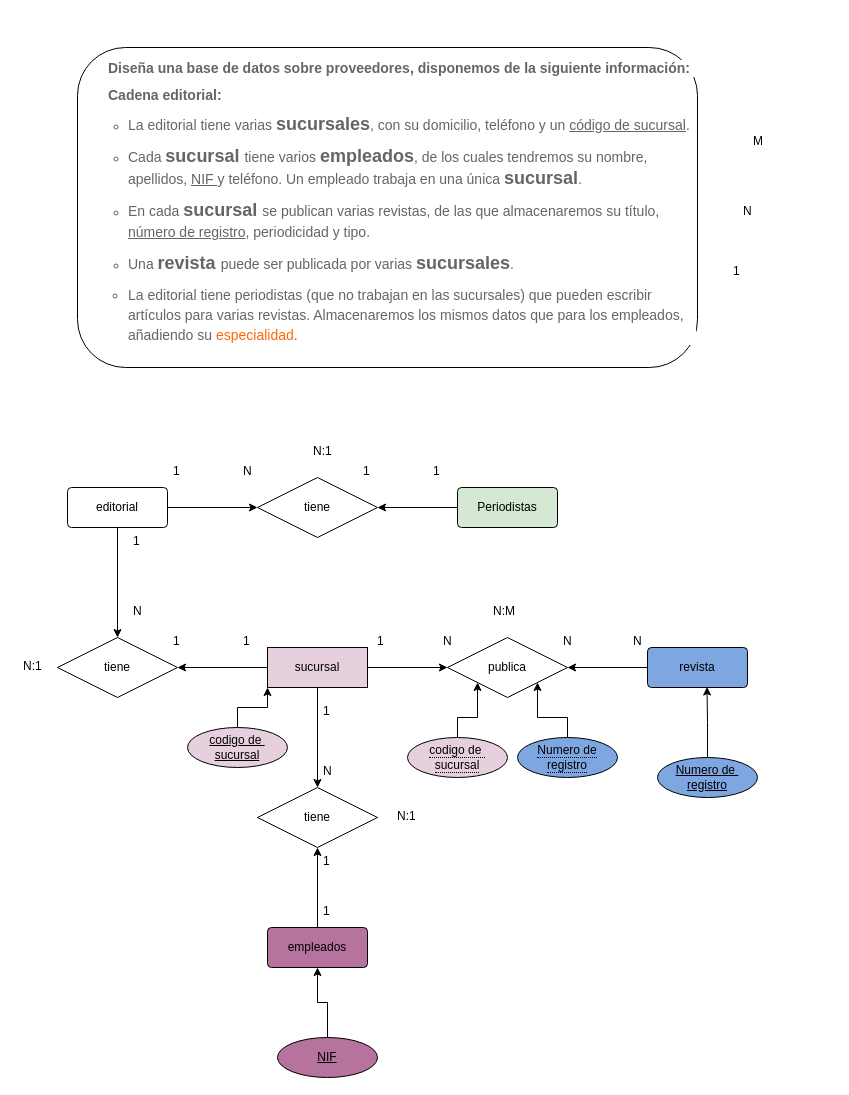
Before: Untitled Diagram.drawio in klirh/primerRepositorio, a draw.io diagram. Source tidied: cells renumbered, new cells numbered last; positions are measured from the earlier drawing's top-left corner, leaving out a move shared by most shapes. Both pictures are drawn from the tidied source at 100%, with x=0, y=0 at pixel (17, 47).
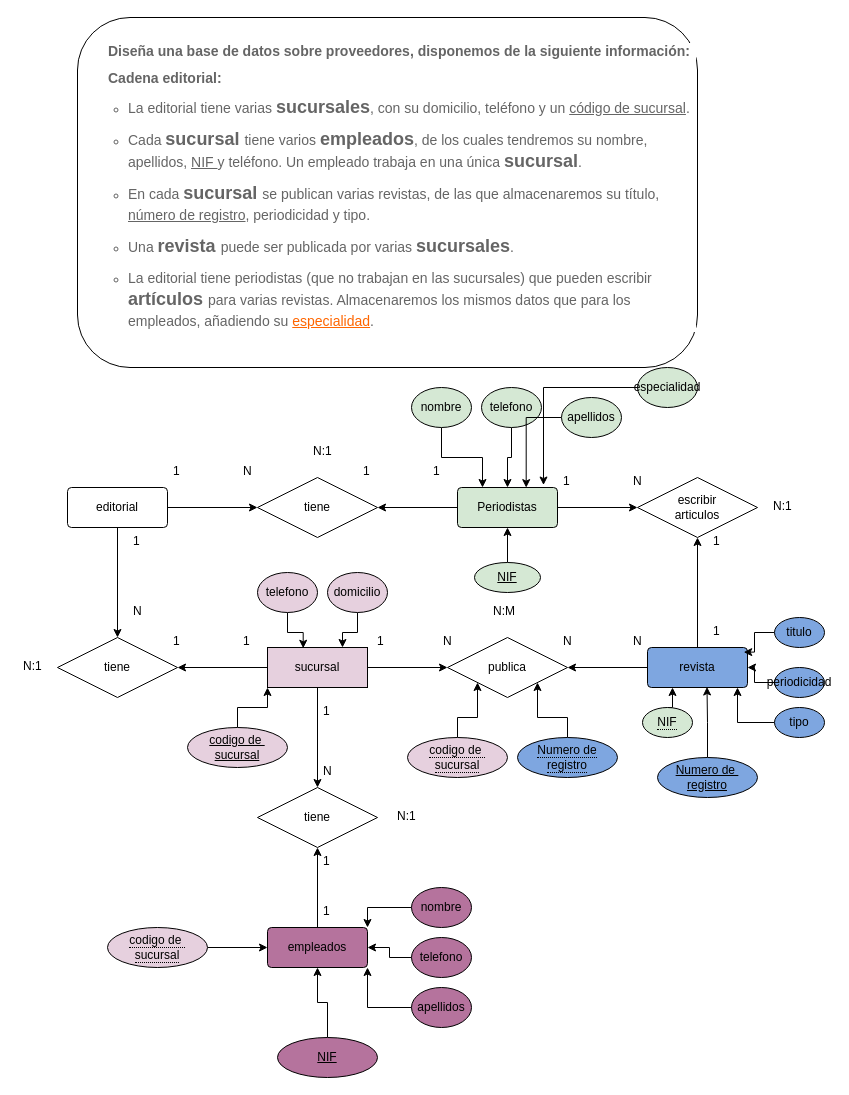
The same page after the edit.

Unchanged cells that the change refers to:
```xml
<mxCell id="6" value="sucursal" style="whiteSpace=wrap;html=1;align=center;fillColor=#E6D0DE;" parent="1" vertex="1">
  <mxGeometry x="250" y="600" width="100" height="40" as="geometry" />
</mxCell>
<mxCell id="8" value="revista" style="rounded=1;arcSize=10;whiteSpace=wrap;html=1;align=center;fillColor=#7EA6E0;" parent="1" vertex="1">
  <mxGeometry x="630" y="600" width="100" height="40" as="geometry" />
</mxCell>
<mxCell id="10" value="empleados" style="rounded=1;arcSize=10;whiteSpace=wrap;html=1;align=center;fillColor=#B5739D;" parent="1" vertex="1">
  <mxGeometry x="250" y="880" width="100" height="40" as="geometry" />
</mxCell>
<mxCell id="35" value="Periodistas" style="rounded=1;arcSize=10;whiteSpace=wrap;html=1;align=center;fillColor=#D5E8D4;" parent="1" vertex="1">
  <mxGeometry x="440" y="440" width="100" height="40" as="geometry" />
</mxCell>
```

What changed in the source:
```diff
@@
-    <mxCell id="2" value="&lt;p style=&quot;margin: 0px 0px 10px 30px; color: rgb(101, 101, 101); font-family: &amp;quot;Source Sans 3&amp;quot;, sans-serif; text-align: left; background-color: rgb(255, 255, 255); font-size: 14px;&quot; dir=&quot;ltr&quot;&gt;&lt;strong&gt;Diseña una base de datos sobre proveedores, disponemos de la siguiente información:&lt;/strong&gt;&lt;/p&gt;&lt;p style=&quot;margin: 0px 0px 10px 30px; color: rgb(101, 101, 101); font-family: &amp;quot;Source Sans 3&amp;quot;, sans-serif; text-align: left; background-color: rgb(255, 255, 255); font-size: 14px;&quot; dir=&quot;ltr&quot;&gt;&lt;/p&gt;&lt;p style=&quot;margin: 0px 0px 10px 30px; color: rgb(101, 101, 101); font-family: &amp;quot;Source Sans 3&amp;quot;, sans-serif; text-align: left; background-color: rgb(255, 255, 255); font-size: 14px;&quot; dir=&quot;ltr&quot;&gt;&lt;strong&gt;Cadena editorial:&lt;/strong&gt;&lt;/p&gt;&lt;ul style=&quot;padding: 0px; margin: 0px 0px 10px 25px; color: rgb(101, 101, 101); font-family: &amp;quot;Source Sans 3&amp;quot;, sans-serif; text-align: left; background-color: rgb(255, 255, 255);&quot; id=&quot;yui_3_17_2_1_1695168816416_113&quot;&gt;&lt;li style=&quot;line-height: 20px; list-style-type: none;&quot; id=&quot;yui_3_17_2_1_1695168816416_112&quot;&gt;&lt;ul style=&quot;padding: 0px; margin: 0px 0px 0px 25px;&quot; id=&quot;yui_3_17_2_1_1695168816416_111&quot;&gt;&lt;li style=&quot;line-height: 20px;&quot; aria-level=&quot;1&quot; dir=&quot;ltr&quot;&gt;&lt;p style=&quot;margin: 0px 0px 10px;&quot; role=&quot;presentation&quot; dir=&quot;ltr&quot;&gt;&lt;span style=&quot;font-size: 14px;&quot;&gt;La editorial tiene varias &lt;/span&gt;&lt;b style=&quot;&quot;&gt;&lt;font style=&quot;font-size: 18px;&quot;&gt;sucursales&lt;/font&gt;&lt;/b&gt;&lt;span style=&quot;font-size: 14px;&quot;&gt;, con su domicilio, teléfono y un &lt;u&gt;código de sucursal&lt;/u&gt;.&lt;/span&gt;&lt;/p&gt;&lt;/li&gt;&lt;li style=&quot;line-height: 20px;&quot; aria-level=&quot;1&quot; dir=&quot;ltr&quot;&gt;&lt;p style=&quot;margin: 0px 0px 10px;&quot; role=&quot;presentation&quot; dir=&quot;ltr&quot;&gt;&lt;span style=&quot;font-size: 14px;&quot;&gt;Cada &lt;/span&gt;&lt;font style=&quot;font-size: 18px;&quot;&gt;&lt;b&gt;sucursal&lt;/b&gt; &lt;/font&gt;&lt;span style=&quot;font-size: 14px;&quot;&gt;tiene varios &lt;/span&gt;&lt;b style=&quot;&quot;&gt;&lt;font style=&quot;font-size: 18px;&quot;&gt;empleados&lt;/font&gt;&lt;/b&gt;&lt;span style=&quot;font-size: 14px;&quot;&gt;, de los cuales tendremos su nombre, apellidos, &lt;u&gt;NIF &lt;/u&gt;y teléfono. Un empleado trabaja en una única &lt;/span&gt;&lt;font style=&quot;font-size: 18px;&quot;&gt;&lt;b&gt;sucursal&lt;/b&gt;&lt;/font&gt;&lt;span style=&quot;font-size: 14px;&quot;&gt;.&lt;/span&gt;&lt;/p&gt;&lt;/li&gt;&lt;li style=&quot;line-height: 20px;&quot; aria-level=&quot;1&quot; dir=&quot;ltr&quot;&gt;&lt;p style=&quot;margin: 0px 0px 10px;&quot; role=&quot;presentation&quot; dir=&quot;ltr&quot;&gt;&lt;span style=&quot;font-size: 14px;&quot;&gt;En cada &lt;/span&gt;&lt;font style=&quot;font-size: 18px;&quot;&gt;&lt;b&gt;sucursal &lt;/b&gt;&lt;/font&gt;&lt;span style=&quot;font-size: 14px;&quot;&gt;se publican varias revistas, de las que almacenaremos su título, &lt;u&gt;número de registro&lt;/u&gt;, periodicidad y tipo.&lt;/span&gt;&lt;/p&gt;&lt;/li&gt;&lt;li style=&quot;line-height: 20px;&quot; aria-level=&quot;1&quot; dir=&quot;ltr&quot;&gt;&lt;p style=&quot;margin: 0px 0px 10px;&quot; role=&quot;presentation&quot; dir=&quot;ltr&quot;&gt;&lt;span style=&quot;font-size: 14px;&quot;&gt;Una &lt;/span&gt;&lt;b style=&quot;&quot;&gt;&lt;font style=&quot;font-size: 18px;&quot;&gt;revista &lt;/font&gt;&lt;/b&gt;&lt;span style=&quot;font-size: 14px;&quot;&gt;puede ser publicada por varias &lt;/span&gt;&lt;font style=&quot;font-size: 18px;&quot;&gt;&lt;b&gt;sucursales&lt;/b&gt;&lt;/font&gt;&lt;span style=&quot;font-size: 14px;&quot;&gt;.&lt;/span&gt;&lt;/p&gt;&lt;/li&gt;&lt;li style=&quot;font-size: 14px; line-height: 20px;&quot; id=&quot;yui_3_17_2_1_1695168816416_123&quot; aria-level=&quot;1&quot; dir=&quot;ltr&quot;&gt;&lt;p style=&quot;margin: 0px 0px 10px;&quot; id=&quot;yui_3_17_2_1_1695168816416_122&quot; role=&quot;presentation&quot; dir=&quot;ltr&quot;&gt;La editorial tiene periodistas (que no trabajan en las sucursales) que pueden escribir artículos para varias revistas. Almacenaremos los mismos datos que para los empleados, añadiendo su&amp;nbsp;&lt;a style=&quot;color: rgb(255, 102, 0); text-decoration-line: none;&quot; href=&quot;http://187.217.4.141/~edc/moodle/mod/choice/view.php?id=5516&quot; title=&quot;Especialidad&quot; class=&quot;autolink&quot;&gt;especialidad&lt;/a&gt;.&lt;/p&gt;&lt;/li&gt;&lt;/ul&gt;&lt;/li&gt;&lt;/ul&gt;" style="rounded=1;whiteSpace=wrap;html=1;" parent="1" vertex="1">
-      <mxGeometry x="60" width="620" height="320" as="geometry" />
+    <mxCell id="2" value="&lt;p style=&quot;margin: 0px 0px 10px 30px; color: rgb(101, 101, 101); font-family: &amp;quot;Source Sans 3&amp;quot;, sans-serif; text-align: left; background-color: rgb(255, 255, 255); font-size: 14px;&quot; dir=&quot;ltr&quot;&gt;&lt;strong&gt;Diseña una base de datos sobre proveedores, disponemos de la siguiente información:&lt;/strong&gt;&lt;/p&gt;&lt;p style=&quot;margin: 0px 0px 10px 30px; color: rgb(101, 101, 101); font-family: &amp;quot;Source Sans 3&amp;quot;, sans-serif; text-align: left; background-color: rgb(255, 255, 255); font-size: 14px;&quot; dir=&quot;ltr&quot;&gt;&lt;/p&gt;&lt;p style=&quot;margin: 0px 0px 10px 30px; color: rgb(101, 101, 101); font-family: &amp;quot;Source Sans 3&amp;quot;, sans-serif; text-align: left; background-color: rgb(255, 255, 255); font-size: 14px;&quot; dir=&quot;ltr&quot;&gt;&lt;strong&gt;Cadena editorial:&lt;/strong&gt;&lt;/p&gt;&lt;ul style=&quot;padding: 0px; margin: 0px 0px 10px 25px; color: rgb(101, 101, 101); font-family: &amp;quot;Source Sans 3&amp;quot;, sans-serif; text-align: left; background-color: rgb(255, 255, 255);&quot; id=&quot;yui_3_17_2_1_1695168816416_113&quot;&gt;&lt;li style=&quot;line-height: 20px; list-style-type: none;&quot; id=&quot;yui_3_17_2_1_1695168816416_112&quot;&gt;&lt;ul style=&quot;padding: 0px; margin: 0px 0px 0px 25px;&quot; id=&quot;yui_3_17_2_1_1695168816416_111&quot;&gt;&lt;li style=&quot;line-height: 20px;&quot; aria-level=&quot;1&quot; dir=&quot;ltr&quot;&gt;&lt;p style=&quot;margin: 0px 0px 10px;&quot; role=&quot;presentation&quot; dir=&quot;ltr&quot;&gt;&lt;span style=&quot;font-size: 14px;&quot;&gt;La editorial tiene varias &lt;/span&gt;&lt;b style=&quot;&quot;&gt;&lt;font style=&quot;font-size: 18px;&quot;&gt;sucursales&lt;/font&gt;&lt;/b&gt;&lt;span style=&quot;font-size: 14px;&quot;&gt;, con su domicilio, teléfono y un &lt;u&gt;código de sucursal&lt;/u&gt;.&lt;/span&gt;&lt;/p&gt;&lt;/li&gt;&lt;li style=&quot;line-height: 20px;&quot; aria-level=&quot;1&quot; dir=&quot;ltr&quot;&gt;&lt;p style=&quot;margin: 0px 0px 10px;&quot; role=&quot;presentation&quot; dir=&quot;ltr&quot;&gt;&lt;span style=&quot;font-size: 14px;&quot;&gt;Cada &lt;/span&gt;&lt;font style=&quot;font-size: 18px;&quot;&gt;&lt;b&gt;sucursal&lt;/b&gt; &lt;/font&gt;&lt;span style=&quot;font-size: 14px;&quot;&gt;tiene varios &lt;/span&gt;&lt;b style=&quot;&quot;&gt;&lt;font style=&quot;font-size: 18px;&quot;&gt;empleados&lt;/font&gt;&lt;/b&gt;&lt;span style=&quot;font-size: 14px;&quot;&gt;, de los cuales tendremos su nombre, apellidos, &lt;u&gt;NIF &lt;/u&gt;y teléfono. Un empleado trabaja en una única &lt;/span&gt;&lt;font style=&quot;font-size: 18px;&quot;&gt;&lt;b&gt;sucursal&lt;/b&gt;&lt;/font&gt;&lt;span style=&quot;font-size: 14px;&quot;&gt;.&lt;/span&gt;&lt;/p&gt;&lt;/li&gt;&lt;li style=&quot;line-height: 20px;&quot; aria-level=&quot;1&quot; dir=&quot;ltr&quot;&gt;&lt;p style=&quot;margin: 0px 0px 10px;&quot; role=&quot;presentation&quot; dir=&quot;ltr&quot;&gt;&lt;span style=&quot;font-size: 14px;&quot;&gt;En cada &lt;/span&gt;&lt;font style=&quot;font-size: 18px;&quot;&gt;&lt;b&gt;sucursal &lt;/b&gt;&lt;/font&gt;&lt;span style=&quot;font-size: 14px;&quot;&gt;se publican varias revistas, de las que almacenaremos su título, &lt;u&gt;número de registro&lt;/u&gt;, periodicidad y tipo.&lt;/span&gt;&lt;/p&gt;&lt;/li&gt;&lt;li style=&quot;line-height: 20px;&quot; aria-level=&quot;1&quot; dir=&quot;ltr&quot;&gt;&lt;p style=&quot;margin: 0px 0px 10px;&quot; role=&quot;presentation&quot; dir=&quot;ltr&quot;&gt;&lt;span style=&quot;font-size: 14px;&quot;&gt;Una &lt;/span&gt;&lt;b style=&quot;&quot;&gt;&lt;font style=&quot;font-size: 18px;&quot;&gt;revista &lt;/font&gt;&lt;/b&gt;&lt;span style=&quot;font-size: 14px;&quot;&gt;puede ser publicada por varias &lt;/span&gt;&lt;font style=&quot;font-size: 18px;&quot;&gt;&lt;b&gt;sucursales&lt;/b&gt;&lt;/font&gt;&lt;span style=&quot;font-size: 14px;&quot;&gt;.&lt;/span&gt;&lt;/p&gt;&lt;/li&gt;&lt;li style=&quot;line-height: 20px;&quot; id=&quot;yui_3_17_2_1_1695168816416_123&quot; aria-level=&quot;1&quot; dir=&quot;ltr&quot;&gt;&lt;p style=&quot;margin: 0px 0px 10px;&quot; id=&quot;yui_3_17_2_1_1695168816416_122&quot; role=&quot;presentation&quot; dir=&quot;ltr&quot;&gt;&lt;span style=&quot;font-size: 14px;&quot;&gt;La editorial tiene periodistas (que no trabajan en las sucursales) que pueden escribir &lt;/span&gt;&lt;b style=&quot;&quot;&gt;&lt;font style=&quot;font-size: 18px;&quot;&gt;artículos &lt;/font&gt;&lt;/b&gt;&lt;span style=&quot;font-size: 14px;&quot;&gt;para varias revistas. Almacenaremos los mismos datos que para los empleados, añadiendo su&amp;nbsp;&lt;/span&gt;&lt;a style=&quot;font-size: 14px; color: rgb(255, 102, 0);&quot; href=&quot;http://187.217.4.141/~edc/moodle/mod/choice/view.php?id=5516&quot; title=&quot;Especialidad&quot; class=&quot;autolink&quot;&gt;especialidad&lt;/a&gt;&lt;span style=&quot;font-size: 14px;&quot;&gt;.&lt;/span&gt;&lt;/p&gt;&lt;/li&gt;&lt;/ul&gt;&lt;/li&gt;&lt;/ul&gt;" style="rounded=1;whiteSpace=wrap;html=1;" parent="1" vertex="1">
+      <mxGeometry x="60" y="-30" width="620" height="350" as="geometry" />
     </mxCell>
@@
+    <mxCell id="53" style="edgeStyle=orthogonalEdgeStyle;rounded=0;jettySize=auto;html=1;entryX=0.5;entryY=1;entryDx=0;entryDy=0;" parent="1" edge="1" source="8" target="59">
+      <mxGeometry relative="1" as="geometry" />
+    </mxCell>
@@
-    <mxCell id="14" value="M" style="text;strokeColor=none;fillColor=none;spacingLeft=4;spacingRight=4;overflow=hidden;fontSize=12;whiteSpace=wrap;html=1;" parent="1" vertex="1">
-      <mxGeometry x="730" y="80" width="40" height="30" as="geometry" />
-    </mxCell>
@@
-    <mxCell id="22" value="N" style="text;strokeColor=none;fillColor=none;spacingLeft=4;spacingRight=4;overflow=hidden;fontSize=12;whiteSpace=wrap;html=1;" parent="1" vertex="1">
-      <mxGeometry x="720" y="150" width="40" height="30" as="geometry" />
+    <mxCell id="22" value="1" style="text;strokeColor=none;fillColor=none;spacingLeft=4;spacingRight=4;overflow=hidden;fontSize=12;whiteSpace=wrap;html=1;" parent="1" vertex="1">
+      <mxGeometry x="690" y="480" width="40" height="30" as="geometry" />
     </mxCell>
@@
     <mxCell id="29" value="1" style="text;strokeColor=none;fillColor=none;spacingLeft=4;spacingRight=4;overflow=hidden;fontSize=12;whiteSpace=wrap;html=1;" parent="1" vertex="1">
-      <mxGeometry x="710" y="210" width="40" height="30" as="geometry" />
+      <mxGeometry x="690" y="570" width="40" height="30" as="geometry" />
     </mxCell>
@@
+    <mxCell id="54" style="edgeStyle=orthogonalEdgeStyle;rounded=0;jettySize=auto;html=1;entryX=0;entryY=0.5;entryDx=0;entryDy=0;" parent="1" edge="1" source="35" target="59">
+      <mxGeometry relative="1" as="geometry" />
+    </mxCell>
@@
+    <mxCell id="55" style="edgeStyle=orthogonalEdgeStyle;rounded=0;jettySize=auto;html=1;entryX=0;entryY=0.5;entryDx=0;entryDy=0;" parent="1" edge="1" source="56" target="10">
+      <mxGeometry relative="1" as="geometry" />
+    </mxCell>
+    <mxCell id="56" value="&lt;span style=&quot;border-bottom: 1px dotted&quot;&gt;codigo de&amp;nbsp;&lt;br&gt;sucursal&lt;br&gt;&lt;/span&gt;" style="ellipse;whiteSpace=wrap;html=1;align=center;fillColor=#E6D0DE;" parent="1" vertex="1">
+      <mxGeometry x="90" y="880" width="100" height="40" as="geometry" />
+    </mxCell>
+    <mxCell id="57" value="1" style="text;strokeColor=none;fillColor=none;spacingLeft=4;spacingRight=4;overflow=hidden;fontSize=12;whiteSpace=wrap;html=1;" parent="1" vertex="1">
+      <mxGeometry x="540" y="420" width="40" height="30" as="geometry" />
+    </mxCell>
+    <mxCell id="58" value="N" style="text;strokeColor=none;fillColor=none;spacingLeft=4;spacingRight=4;overflow=hidden;fontSize=12;whiteSpace=wrap;html=1;" parent="1" vertex="1">
+      <mxGeometry x="610" y="420" width="40" height="30" as="geometry" />
+    </mxCell>
+    <mxCell id="59" value="escribir&lt;br&gt;articulos" style="shape=rhombus;perimeter=rhombusPerimeter;whiteSpace=wrap;html=1;align=center;" parent="1" vertex="1">
+      <mxGeometry x="620" y="430" width="120" height="60" as="geometry" />
+    </mxCell>
+    <mxCell id="60" value="N:1" style="text;strokeColor=none;fillColor=none;spacingLeft=4;spacingRight=4;overflow=hidden;fontSize=12;whiteSpace=wrap;html=1;" parent="1" vertex="1">
+      <mxGeometry x="750" y="445" width="40" height="30" as="geometry" />
+    </mxCell>
+    <mxCell id="61" style="edgeStyle=orthogonalEdgeStyle;rounded=0;jettySize=auto;html=1;entryX=0.75;entryY=0;entryDx=0;entryDy=0;" parent="1" edge="1" source="62" target="6">
+      <mxGeometry relative="1" as="geometry" />
+    </mxCell>
+    <mxCell id="62" value="domicilio" style="ellipse;whiteSpace=wrap;html=1;align=center;fillColor=#E6D0DE;" parent="1" vertex="1">
+      <mxGeometry x="310" y="525" width="60" height="40" as="geometry" />
+    </mxCell>
+    <mxCell id="63" style="edgeStyle=orthogonalEdgeStyle;rounded=0;jettySize=auto;html=1;entryX=0.357;entryY=0.019;entryDx=0;entryDy=0;entryPerimeter=0;" parent="1" edge="1" source="64" target="6">
+      <mxGeometry relative="1" as="geometry" />
+    </mxCell>
+    <mxCell id="64" value="telefono" style="ellipse;whiteSpace=wrap;html=1;align=center;fillColor=#E6D0DE;" parent="1" vertex="1">
+      <mxGeometry x="240" y="525" width="60" height="40" as="geometry" />
+    </mxCell>
+    <mxCell id="65" style="edgeStyle=orthogonalEdgeStyle;rounded=0;jettySize=auto;html=1;" parent="1" edge="1" source="66" target="10">
+      <mxGeometry relative="1" as="geometry" />
+    </mxCell>
+    <mxCell id="66" value="telefono" style="ellipse;whiteSpace=wrap;html=1;align=center;fillColor=#B5739D;" parent="1" vertex="1">
+      <mxGeometry x="394" y="890" width="60" height="40" as="geometry" />
+    </mxCell>
+    <mxCell id="67" style="edgeStyle=orthogonalEdgeStyle;rounded=0;jettySize=auto;html=1;entryX=1;entryY=0;entryDx=0;entryDy=0;" parent="1" edge="1" source="68" target="10">
+      <mxGeometry relative="1" as="geometry" />
+    </mxCell>
+    <mxCell id="68" value="nombre" style="ellipse;whiteSpace=wrap;html=1;align=center;fillColor=#B5739D;" parent="1" vertex="1">
+      <mxGeometry x="394" y="840" width="60" height="40" as="geometry" />
+    </mxCell>
+    <mxCell id="69" style="edgeStyle=orthogonalEdgeStyle;rounded=0;jettySize=auto;html=1;entryX=1;entryY=1;entryDx=0;entryDy=0;" parent="1" edge="1" source="70" target="10">
+      <mxGeometry relative="1" as="geometry" />
+    </mxCell>
+    <mxCell id="70" value="apellidos" style="ellipse;whiteSpace=wrap;html=1;align=center;fillColor=#B5739D;" parent="1" vertex="1">
+      <mxGeometry x="394" y="940" width="60" height="40" as="geometry" />
+    </mxCell>
+    <mxCell id="71" style="edgeStyle=orthogonalEdgeStyle;rounded=0;jettySize=auto;html=1;entryX=0.962;entryY=0.116;entryDx=0;entryDy=0;entryPerimeter=0;" parent="1" edge="1" source="72" target="8">
+      <mxGeometry relative="1" as="geometry" />
+    </mxCell>
+    <mxCell id="72" value="titulo" style="ellipse;whiteSpace=wrap;html=1;align=center;fillColor=#7EA6E0;" parent="1" vertex="1">
+      <mxGeometry x="757" y="570" width="50" height="30" as="geometry" />
+    </mxCell>
+    <mxCell id="73" style="edgeStyle=orthogonalEdgeStyle;rounded=0;jettySize=auto;html=1;" parent="1" edge="1" source="74" target="8">
+      <mxGeometry relative="1" as="geometry" />
+    </mxCell>
+    <mxCell id="74" value="periodicidad" style="ellipse;whiteSpace=wrap;html=1;align=center;fillColor=#7EA6E0;" parent="1" vertex="1">
+      <mxGeometry x="757" y="620" width="50" height="30" as="geometry" />
+    </mxCell>
+    <mxCell id="75" style="edgeStyle=orthogonalEdgeStyle;rounded=0;jettySize=auto;html=1;entryX=0.9;entryY=1;entryDx=0;entryDy=0;entryPerimeter=0;" parent="1" edge="1" source="76" target="8">
+      <mxGeometry relative="1" as="geometry" />
+    </mxCell>
+    <mxCell id="76" value="tipo" style="ellipse;whiteSpace=wrap;html=1;align=center;fillColor=#7EA6E0;" parent="1" vertex="1">
+      <mxGeometry x="757" y="660" width="50" height="30" as="geometry" />
+    </mxCell>
+    <mxCell id="77" style="edgeStyle=orthogonalEdgeStyle;rounded=0;jettySize=auto;html=1;entryX=0.5;entryY=0;entryDx=0;entryDy=0;" parent="1" edge="1" source="78" target="35">
+      <mxGeometry relative="1" as="geometry" />
+    </mxCell>
+    <mxCell id="78" value="telefono" style="ellipse;whiteSpace=wrap;html=1;align=center;fillColor=#D5E8D4;" parent="1" vertex="1">
+      <mxGeometry x="464" y="340" width="60" height="40" as="geometry" />
+    </mxCell>
+    <mxCell id="79" style="edgeStyle=orthogonalEdgeStyle;rounded=0;jettySize=auto;html=1;entryX=0.25;entryY=0;entryDx=0;entryDy=0;" parent="1" edge="1" source="80" target="35">
+      <mxGeometry relative="1" as="geometry" />
+    </mxCell>
+    <mxCell id="80" value="nombre" style="ellipse;whiteSpace=wrap;html=1;align=center;fillColor=#D5E8D4;" parent="1" vertex="1">
+      <mxGeometry x="394" y="340" width="60" height="40" as="geometry" />
+    </mxCell>
+    <mxCell id="81" style="edgeStyle=orthogonalEdgeStyle;rounded=0;jettySize=auto;html=1;entryX=0.86;entryY=-0.062;entryDx=0;entryDy=0;entryPerimeter=0;" parent="1" edge="1" source="82" target="35">
+      <mxGeometry relative="1" as="geometry" />
+    </mxCell>
+    <mxCell id="82" value="especialidad" style="ellipse;whiteSpace=wrap;html=1;align=center;fillColor=#D5E8D4;" parent="1" vertex="1">
+      <mxGeometry x="620" y="320" width="60" height="40" as="geometry" />
+    </mxCell>
+    <mxCell id="83" style="edgeStyle=orthogonalEdgeStyle;rounded=0;jettySize=auto;html=1;entryX=0.5;entryY=1;entryDx=0;entryDy=0;" parent="1" edge="1" source="84" target="35">
+      <mxGeometry relative="1" as="geometry" />
+    </mxCell>
+    <mxCell id="84" value="NIF" style="ellipse;whiteSpace=wrap;html=1;align=center;fontStyle=4;fillColor=#D5E8D4;" parent="1" vertex="1">
+      <mxGeometry x="457" y="515" width="66" height="30" as="geometry" />
+    </mxCell>
+    <mxCell id="85" style="edgeStyle=orthogonalEdgeStyle;rounded=0;jettySize=auto;html=1;entryX=0.687;entryY=0.003;entryDx=0;entryDy=0;entryPerimeter=0;" parent="1" edge="1" source="86" target="35">
+      <mxGeometry relative="1" as="geometry" />
+    </mxCell>
+    <mxCell id="86" value="apellidos" style="ellipse;whiteSpace=wrap;html=1;align=center;fillColor=#D5E8D4;" parent="1" vertex="1">
+      <mxGeometry x="544" y="350" width="60" height="40" as="geometry" />
+    </mxCell>
+    <mxCell id="87" style="edgeStyle=orthogonalEdgeStyle;rounded=0;jettySize=auto;html=1;exitX=0.5;exitY=0;exitDx=0;exitDy=0;entryX=0.25;entryY=1;entryDx=0;entryDy=0;" parent="1" edge="1" source="88" target="8">
+      <mxGeometry relative="1" as="geometry" />
+    </mxCell>
+    <mxCell id="88" value="&lt;span style=&quot;border-bottom: 1px dotted&quot;&gt;NIF&lt;/span&gt;" style="ellipse;whiteSpace=wrap;html=1;align=center;fillColor=#D5E8D4;" parent="1" vertex="1">
+      <mxGeometry x="625" y="660" width="50" height="30" as="geometry" />
+    </mxCell>
```
